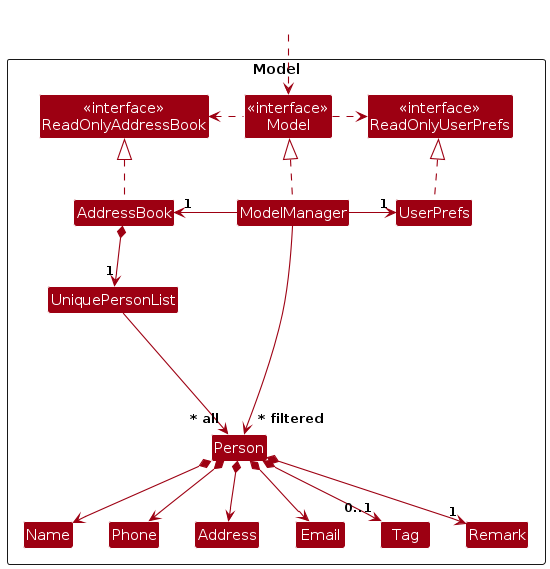
Earlier version of the PlantUML export diagrams/ModelClassDiagram.png (AY2627S1-CS2103T-T08-1/tp). Its source is kept beside it as diagrams/ModelClassDiagram.puml.
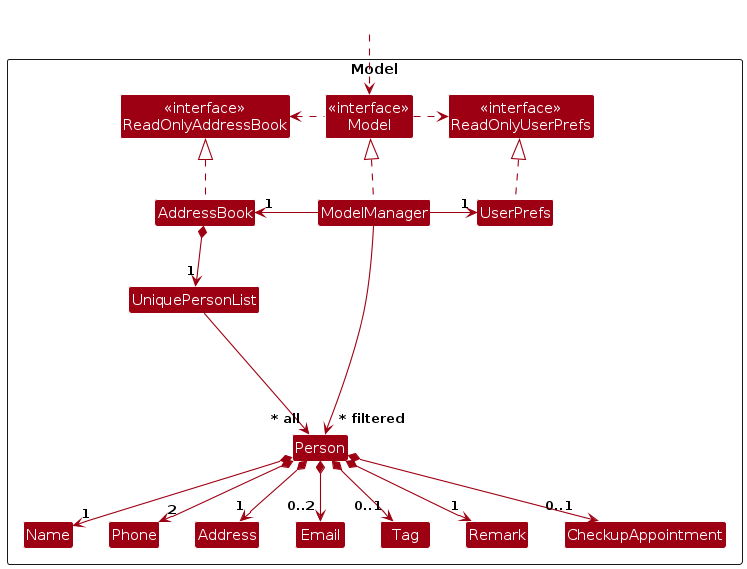
Above is the later version.

Diff of the diagram source:
```diff
@@ -20,6 +20,7 @@
 Class Phone
 Class Tag
 Class Remark
+Class CheckupAppointment
 
 Class I #FFFFFF
 }
@@ -38,10 +39,11 @@
 
 AddressBook *--> "1" UniquePersonList
 UniquePersonList --> "~* all" Person
-Person *--> Name
-Person *--> Phone
-Person *--> Email
-Person *--> Address
+Person *--> "1" Name
+Person *--> "2" Phone
+Person *--> "0..2" Email
+Person *--> "1" Address
+Person *--> "0..1" CheckupAppointment
 Person *--> "0..1" Tag
 Person *--> "1" Remark
 
```
